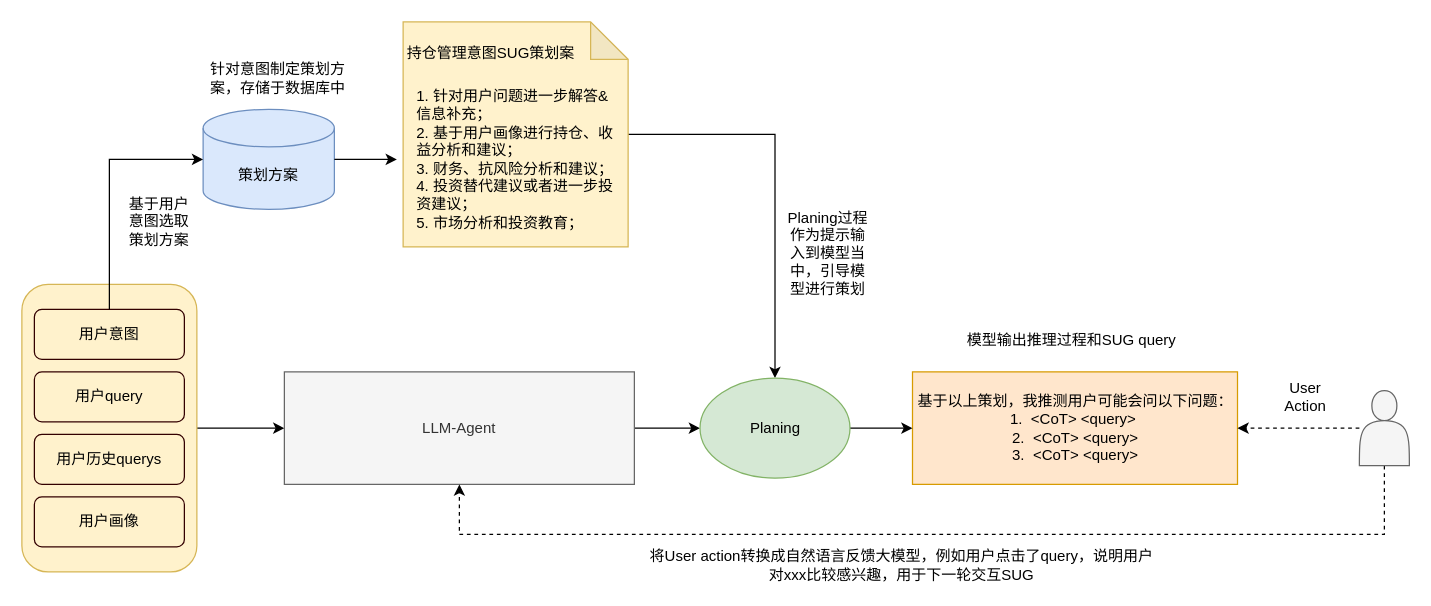
Before: SUG-Agent.drawio in ZhangHammer/ZhangHammer, a draw.io diagram. Source tidied: cells renumbered, new cells numbered last; positions are measured from the earlier drawing's top-left corner, leaving out a move shared by most shapes. Both pictures are drawn from the tidied source at 125%, with x=0, y=0 at pixel (21, 21).
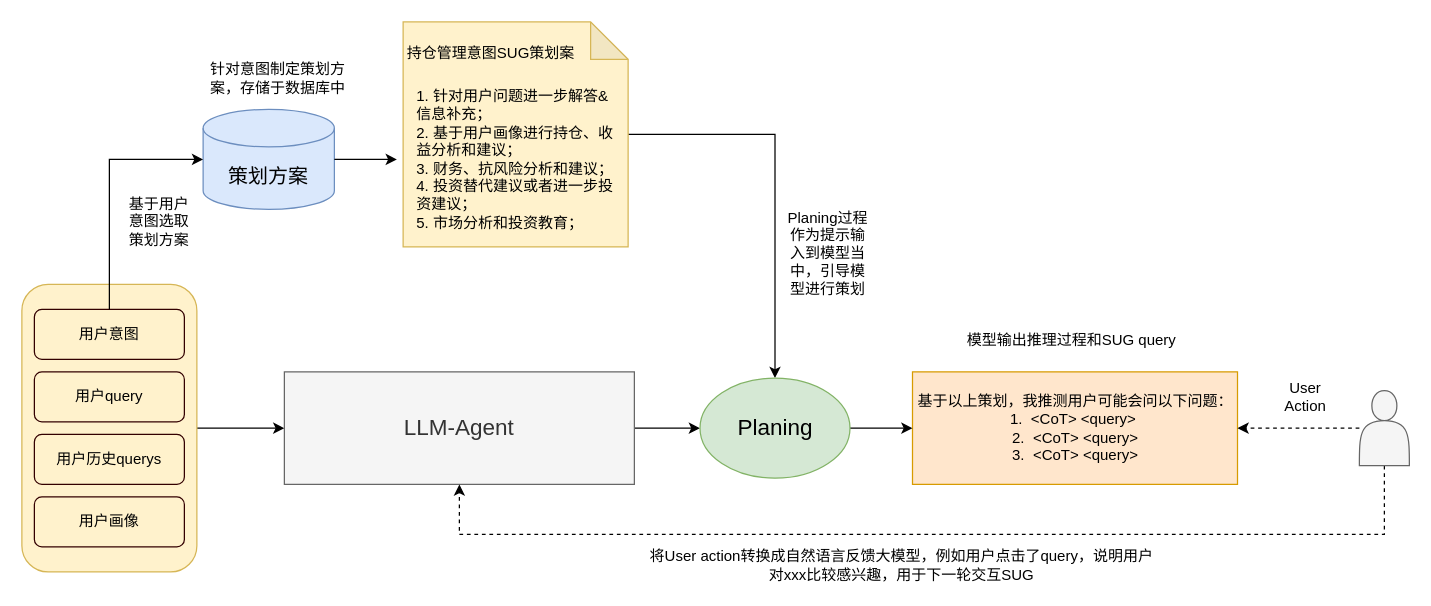
Above is the later version.

Diff of the diagram source:
```diff
@@
-    <mxCell id="5" value="LLM-Agent" style="rounded=0;whiteSpace=wrap;html=1;fillColor=#f5f5f5;fontColor=#333333;strokeColor=#666666;" parent="1" vertex="1">
+    <mxCell id="5" value="&lt;font style=&quot;font-size: 18px;&quot;&gt;LLM-Agent&lt;/font&gt;" style="rounded=0;whiteSpace=wrap;html=1;fillColor=#f5f5f5;fontColor=#333333;strokeColor=#666666;" parent="1" vertex="1">
       <mxGeometry x="210" y="280" width="280" height="90" as="geometry" />
     </mxCell>
@@
-    <mxCell id="10" value="策划方案" style="shape=cylinder3;whiteSpace=wrap;html=1;boundedLbl=1;backgroundOutline=1;size=15;fillColor=#dae8fc;strokeColor=#6c8ebf;" parent="1" vertex="1">
+    <mxCell id="10" value="&lt;font style=&quot;font-size: 16px;&quot;&gt;策划方案&lt;/font&gt;" style="shape=cylinder3;whiteSpace=wrap;html=1;boundedLbl=1;backgroundOutline=1;size=15;fillColor=#dae8fc;strokeColor=#6c8ebf;" parent="1" vertex="1">
       <mxGeometry x="145" y="70" width="105" height="80" as="geometry" />
     </mxCell>
@@
-    <mxCell id="23" value="Planing" style="ellipse;whiteSpace=wrap;html=1;fillColor=#d5e8d4;strokeColor=#82b366;" parent="1" vertex="1">
+    <mxCell id="23" value="&lt;font style=&quot;font-size: 18px;&quot;&gt;Planing&lt;/font&gt;" style="ellipse;whiteSpace=wrap;html=1;fillColor=#d5e8d4;strokeColor=#82b366;" parent="1" vertex="1">
       <mxGeometry x="542.5" y="285" width="120" height="80" as="geometry" />
     </mxCell>
```
